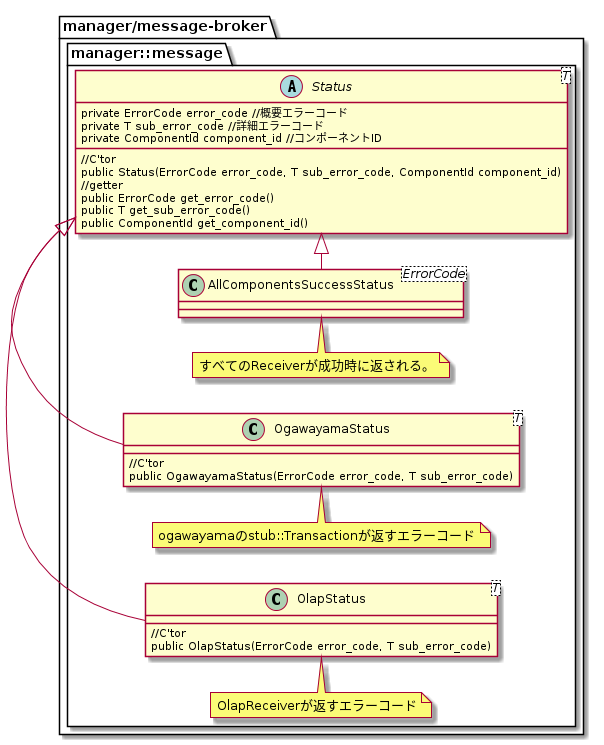
Above: docs/img/out/Status/Status.png in project-tsurugi/tsurugi_fdw (PlantUML), before the change.
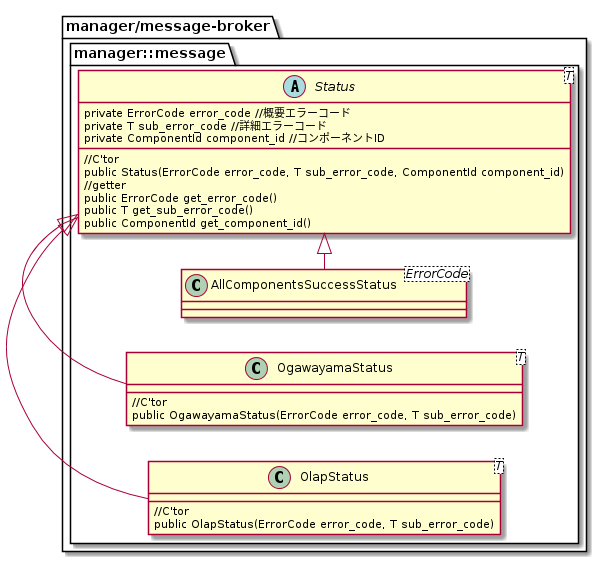
The same diagram one commit later.

Commit message:
Fix about Status class

Change to the diagram source:
```diff
@@ -21,23 +21,17 @@
     {
     }
 
-    note top of AllComponentsSuccessStatus : すべてのReceiverが成功時に返される。
-
     class OgawayamaStatus<T>
     {
         {method}//C'tor
         {method}public OgawayamaStatus(ErrorCode error_code, T sub_error_code)
     }
 
-    note top of OgawayamaStatus : ogawayamaのstub::Transactionが返すエラーコード
-
     class OlapStatus<T>
     {
         {method}//C'tor
         {method}public OlapStatus(ErrorCode error_code, T sub_error_code)
     }
-
-    note top of OlapStatus : OlapReceiverが返すエラーコード
 
 AllComponentsSuccessStatus -|> Status
 OgawayamaStatus -|> Status
```
